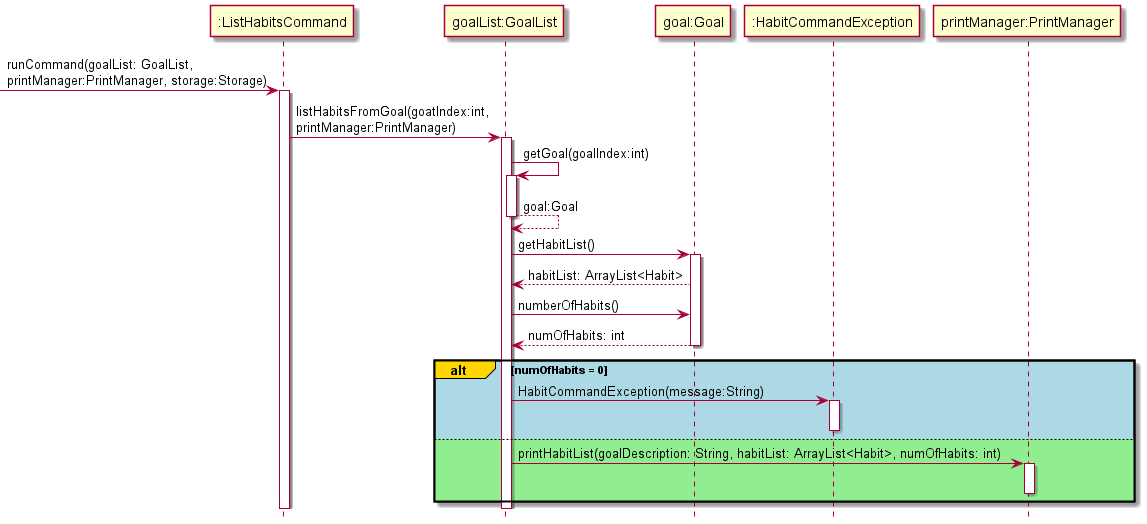
This is docs/Diagram Images/Implementation Diagram Images/ListHabitsCommandSequenceDiagram.png from nus-cs2113-AY2122S1/tp, a PlantUML export, as it was before one commit. Source of this version:
```plantuml
@startuml
!include Style.puml

-> ":ListHabitsCommand": runCommand(goalList: GoalList,\nprintManager:PrintManager, storage:Storage)
activate ":ListHabitsCommand"

":ListHabitsCommand" -> "goalList:GoalList" :listHabitsFromGoal(goatIndex:int,\nprintManager:PrintManager)
activate "goalList:GoalList"
"goalList:GoalList" -> "goalList:GoalList" :getGoal(goalIndex:int)
activate "goalList:GoalList"
"goalList:GoalList" --> "goalList:GoalList" :goal:Goal
deactivate "goalList:GoalList"

"goalList:GoalList" -> "goal:Goal": getHabitList()
activate "goal:Goal"
"goal:Goal" --> "goalList:GoalList": habitList: ArrayList<Habit>
"goalList:GoalList" -> "goal:Goal": numberOfHabits()
"goal:Goal" --> "goalList:GoalList" :numOfHabits: int
deactivate "goal:Goal"

alt#gold #lightblue numOfHabits = 0
    "goalList:GoalList" -> ":HabitCommandException": HabitCommandException(message:String)
    activate ":HabitCommandException"
    deactivate ":HabitCommandException"
else #lightgreen
    "goalList:GoalList" -> "printManager:PrintManager": printHabitList(goalDescription: String, habitList: ArrayList<Habit>, numOfHabits: int)
    activate "printManager:PrintManager"
    deactivate "printManager:PrintManager"
end

deactivate "goalList:GoalList"
deactivate ":ListHabitsCommand"

@enduml
```
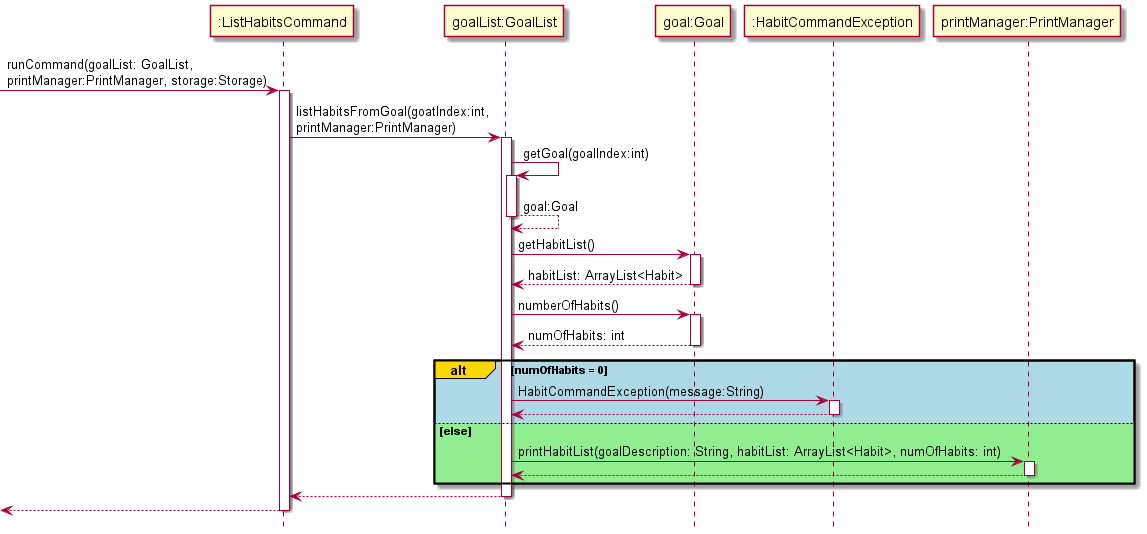
After the commit.

Commit message:
Added Add Parser PUML for AddHabit and AddGoal Command

The edit, as a diff of the source:
```diff
@@ -14,21 +14,28 @@
 "goalList:GoalList" -> "goal:Goal": getHabitList()
 activate "goal:Goal"
 "goal:Goal" --> "goalList:GoalList": habitList: ArrayList<Habit>
+deactivate "goal:Goal"
+
 "goalList:GoalList" -> "goal:Goal": numberOfHabits()
+activate "goal:Goal"
 "goal:Goal" --> "goalList:GoalList" :numOfHabits: int
 deactivate "goal:Goal"
 
 alt#gold #lightblue numOfHabits = 0
     "goalList:GoalList" -> ":HabitCommandException": HabitCommandException(message:String)
     activate ":HabitCommandException"
+    ":HabitCommandException" --> "goalList:GoalList"
     deactivate ":HabitCommandException"
-else #lightgreen
+else #lightgreen else
     "goalList:GoalList" -> "printManager:PrintManager": printHabitList(goalDescription: String, habitList: ArrayList<Habit>, numOfHabits: int)
     activate "printManager:PrintManager"
+    "printManager:PrintManager" --> "goalList:GoalList"
     deactivate "printManager:PrintManager"
 end
 
+"goalList:GoalList" --> ":ListHabitsCommand"
 deactivate "goalList:GoalList"
+<-- ":ListHabitsCommand"
 deactivate ":ListHabitsCommand"
 
 @enduml
```
